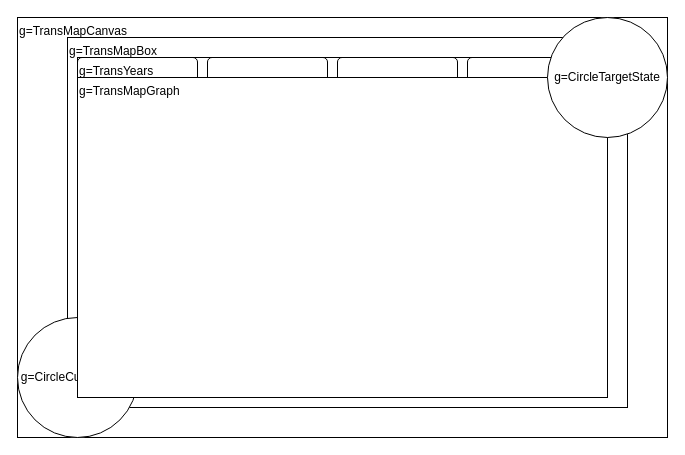
Earlier version of the draw.io diagram transmap/Models.drawio (renenadorp/D3). Source tidied: cells renumbered, new cells numbered last; positions are measured from the earlier drawing's top-left corner, leaving out a move shared by most shapes. Both pictures are drawn from the tidied source at 100%, with x=0, y=0 at pixel (17, 17).
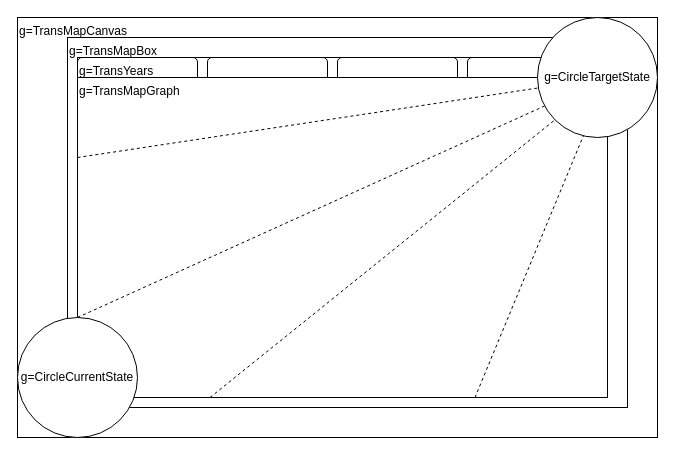
The same diagram, later.

Diff of the diagram source:
```diff
@@
 <mxGraphModel>
   <root>
     <mxCell id="0" />
     <mxCell id="1" parent="0" />
     <mxCell id="2" value="g=TransMapCanvas" style="rounded=0;whiteSpace=wrap;html=1;align=left;verticalAlign=top;" parent="1" vertex="1">
-      <mxGeometry width="650" height="420" as="geometry" />
+      <mxGeometry width="640" height="420" as="geometry" />
     </mxCell>
     <mxCell id="3" value="g=TransYears" style="rounded=0;whiteSpace=wrap;html=1;align=left;verticalAlign=top;" parent="1" vertex="1">
       <mxGeometry x="60" y="40" width="530" height="20" as="geometry" />
     </mxCell>
     <mxCell id="4" style="rounded=1;whiteSpace=wrap;html=1;fillColor=none;" parent="1" vertex="1">
       <mxGeometry x="60" y="40" width="120" height="30" as="geometry" />
     </mxCell>
     <mxCell id="5" style="rounded=1;whiteSpace=wrap;html=1;fillColor=none;" parent="1" vertex="1">
       <mxGeometry x="190" y="40" width="120" height="30" as="geometry" />
     </mxCell>
     <mxCell id="6" style="rounded=1;whiteSpace=wrap;html=1;fillColor=none;" parent="1" vertex="1">
       <mxGeometry x="320" y="40" width="120" height="30" as="geometry" />
     </mxCell>
     <mxCell id="7" style="rounded=1;whiteSpace=wrap;html=1;fillColor=none;" parent="1" vertex="1">
       <mxGeometry x="450" y="40" width="120" height="30" as="geometry" />
     </mxCell>
     <mxCell id="8" value="g=TransMapBox" style="rounded=0;whiteSpace=wrap;html=1;align=left;verticalAlign=top;fillColor=none;" parent="1" vertex="1">
       <mxGeometry x="50" y="20" width="560" height="370" as="geometry" />
     </mxCell>
+    <mxCell id="10" value="g=TransMapGraph" style="rounded=0;whiteSpace=wrap;html=1;align=left;verticalAlign=top;fillColor=default;" parent="1" vertex="1">
+      <mxGeometry x="60" y="60" width="530" height="320" as="geometry" />
+    </mxCell>
+    <mxCell id="12" style="endArrow=none;dashed=1;html=1;rounded=0;entryX=1;entryY=0;entryDx=0;entryDy=0;exitX=0;exitY=0.25;exitDx=0;exitDy=0;" parent="1" edge="1" source="10" target="10">
+      <mxGeometry relative="1" as="geometry" />
+    </mxCell>
+    <mxCell id="13" style="endArrow=none;dashed=1;html=1;rounded=0;entryX=1;entryY=0;entryDx=0;entryDy=0;exitX=0;exitY=0.75;exitDx=0;exitDy=0;" parent="1" edge="1" source="10" target="10">
+      <mxGeometry relative="1" as="geometry" />
+    </mxCell>
+    <mxCell id="14" style="endArrow=none;dashed=1;html=1;rounded=0;exitX=0.25;exitY=1;exitDx=0;exitDy=0;entryX=1;entryY=0;entryDx=0;entryDy=0;" parent="1" edge="1" source="10" target="10">
+      <mxGeometry relative="1" as="geometry" />
+    </mxCell>
+    <mxCell id="15" style="endArrow=none;dashed=1;html=1;rounded=0;exitX=0.75;exitY=1;exitDx=0;exitDy=0;entryX=1;entryY=0;entryDx=0;entryDy=0;" parent="1" edge="1" source="10" target="10">
+      <mxGeometry relative="1" as="geometry" />
+    </mxCell>
+    <mxCell id="11" value="g=CircleTargetState" style="ellipse;whiteSpace=wrap;html=1;" parent="1" vertex="1">
+      <mxGeometry x="520" width="120" height="120" as="geometry" />
+    </mxCell>
     <mxCell id="9" value="g=CircleCurrentState" style="ellipse;whiteSpace=wrap;html=1;" parent="1" vertex="1">
       <mxGeometry y="300" width="120" height="120" as="geometry" />
     </mxCell>
-    <mxCell id="10" value="g=TransMapGraph" style="rounded=0;whiteSpace=wrap;html=1;align=left;verticalAlign=top;fillColor=default;" parent="1" vertex="1">
-      <mxGeometry x="60" y="60" width="530" height="320" as="geometry" />
-    </mxCell>
-    <mxCell id="11" value="g=CircleTargetState" style="ellipse;whiteSpace=wrap;html=1;" parent="1" vertex="1">
-      <mxGeometry x="530" width="120" height="120" as="geometry" />
-    </mxCell>
   </root>
 </mxGraphModel>
```
